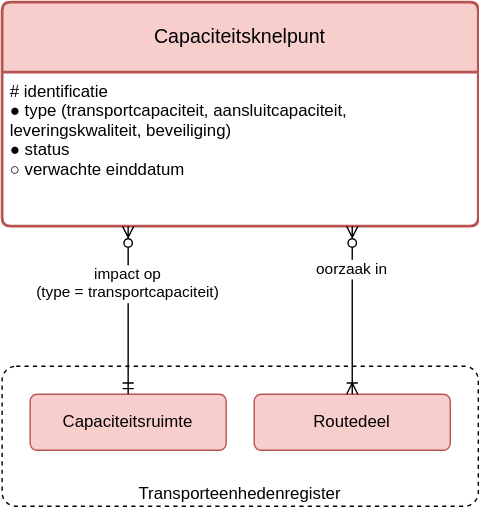
Netbeheer-Nederland/stelsel keeps this draw.io diagram as registers/capaciteitsknelpuntenregister/1.0/capaciteitsknelpuntenregister.drawio.svg. Above is the earlier version. Source tidied: cells renumbered, new cells last; positions are measured from the earlier drawing's top-left corner, leaving out a move shared by most shapes.
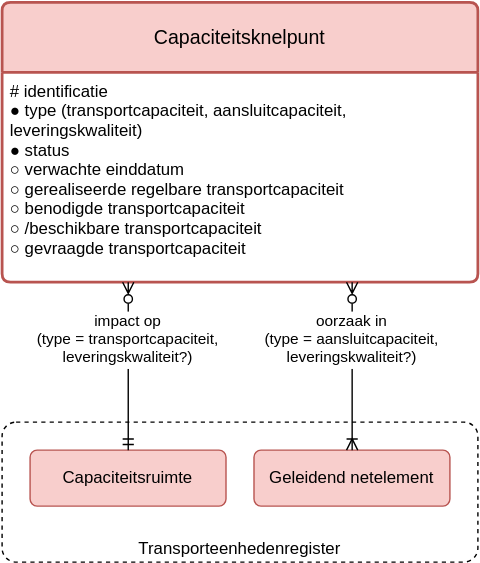
After the commit.

Diff of the diagram source:
```diff
@@ -3,10 +3,10 @@
     <mxCell id="0" />
     <mxCell id="1" parent="0" />
     <mxCell id="2" value="Capaciteitsknelpunt" style="swimlane;horizontal=1;startSize=50;rounded=1;fontSize=14;fontStyle=0;strokeWidth=2;shadow=0;dashed=0;align=center;arcSize=4;whiteSpace=wrap;spacing=10;fillColor=#f8cecc;strokeColor=#b85450;" parent="1" vertex="1">
-      <mxGeometry width="340" height="160" as="geometry" />
+      <mxGeometry y="-40" width="340" height="200" as="geometry" />
     </mxCell>
-    <mxCell id="3" value="# identificatie&#10;● type (transportcapaciteit, aansluitcapaciteit,&#10;   leveringskwaliteit, beveiliging)&#10;● status&#10;○ verwachte einddatum" style="align=left;strokeColor=none;fillColor=none;spacingLeft=4;fontSize=12;verticalAlign=top;" parent="2" vertex="1">
-      <mxGeometry y="50" width="340" height="110" as="geometry" />
+    <mxCell id="3" value="# identificatie&#10;● type (transportcapaciteit, aansluitcapaciteit,&#10;   leveringskwaliteit)&#10;● status&#10;○ verwachte einddatum&#10;○ gerealiseerde regelbare transportcapaciteit&#10;○ benodigde transportcapaciteit&#10;○ /beschikbare transportcapaciteit&#10;○ gevraagde transportcapaciteit" style="align=left;strokeColor=none;fillColor=none;spacingLeft=4;fontSize=12;verticalAlign=top;" parent="2" vertex="1">
+      <mxGeometry y="50" width="340" height="150" as="geometry" />
     </mxCell>
     <mxCell id="4" value="Transporteenhedenregister" style="rounded=1;whiteSpace=wrap;absoluteArcSize=1;dashed=1;fillColor=default;verticalAlign=bottom;spacingLeft=10;spacingRight=10;" parent="1" vertex="1">
       <mxGeometry y="260" width="340" height="100" as="geometry" />
@@ -14,14 +14,14 @@
     <mxCell id="5" value="Capaciteitsruimte" style="rounded=1;arcSize=10;whiteSpace=wrap;align=center;absoluteArcSize=1;spacing=10;fillColor=#f8cecc;strokeColor=#b85450;" parent="1" vertex="1">
       <mxGeometry x="20" y="280" width="140" height="40" as="geometry" />
     </mxCell>
-    <mxCell id="6" value="impact op&#10;(type = transportcapaciteit)" style="endArrow=ERmandOne;edgeStyle=elbowEdgeStyle;endFill=0;startArrow=ERzeroToMany;startFill=0;" parent="1" edge="1" source="2" target="5">
+    <mxCell id="6" value="impact op&#10;(type = transportcapaciteit,&#10;leveringskwaliteit?)" style="endArrow=ERmandOne;edgeStyle=elbowEdgeStyle;endFill=0;startArrow=ERzeroToMany;startFill=0;" parent="1" edge="1" source="2" target="5">
       <mxGeometry x="-0.33" relative="1" as="geometry" />
     </mxCell>
-    <mxCell id="7" value="Routedeel" style="rounded=1;arcSize=10;whiteSpace=wrap;align=center;absoluteArcSize=1;spacing=10;fillColor=#f8cecc;strokeColor=#b85450;" parent="1" vertex="1">
+    <mxCell id="7" value="Geleidend netelement" style="rounded=1;arcSize=10;whiteSpace=wrap;align=center;absoluteArcSize=1;spacing=10;fillColor=#f8cecc;strokeColor=#b85450;" parent="1" vertex="1">
       <mxGeometry x="180" y="280" width="140" height="40" as="geometry" />
     </mxCell>
-    <mxCell id="8" value="oorzaak in" style="endArrow=ERoneToMany;edgeStyle=elbowEdgeStyle;endFill=0;startArrow=ERzeroToMany;startFill=0;" parent="1" edge="1" source="2" target="7">
-      <mxGeometry x="-0.5" relative="1" as="geometry" />
+    <mxCell id="8" value="oorzaak in&#10;(type = aansluitcapaciteit,&#10;leveringskwaliteit?)" style="endArrow=ERoneToMany;edgeStyle=elbowEdgeStyle;endFill=0;startArrow=ERzeroToMany;startFill=0;" parent="1" edge="1" source="2" target="7">
+      <mxGeometry x="-0.33" relative="1" as="geometry" />
     </mxCell>
   </root>
 </mxGraphModel>
```
